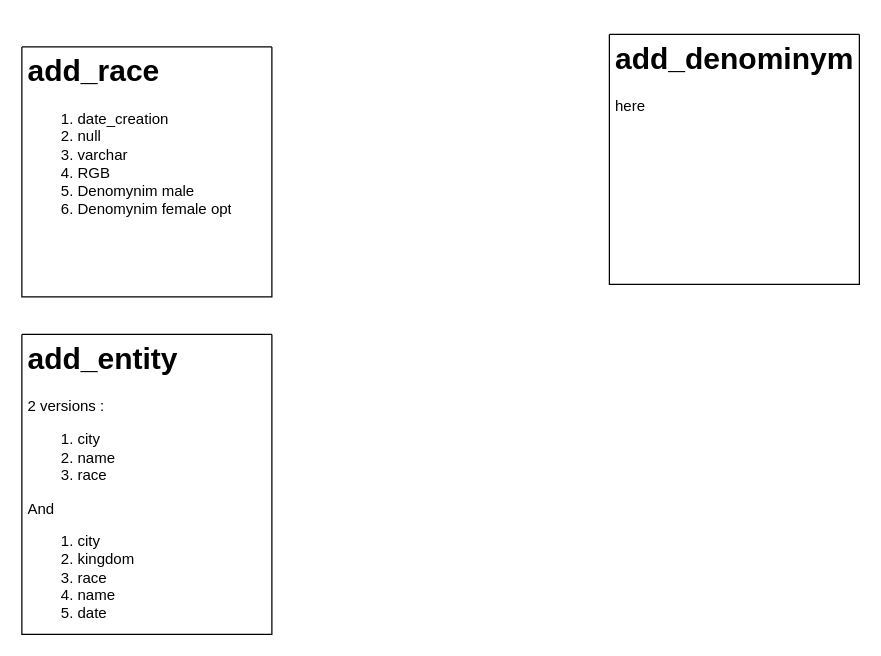
Before: page "Procedures" (3 of 3) of Conception/model_draft.drawio in WyllasSidjeno/SRPG-Database-Manager, a draw.io diagram. Source tidied: cells renumbered, new cells numbered last; positions are measured from the earlier drawing's top-left corner, leaving out a move shared by most shapes. Both pictures are drawn from the tidied source at 125%, with x=0, y=0 at pixel (21, 34).
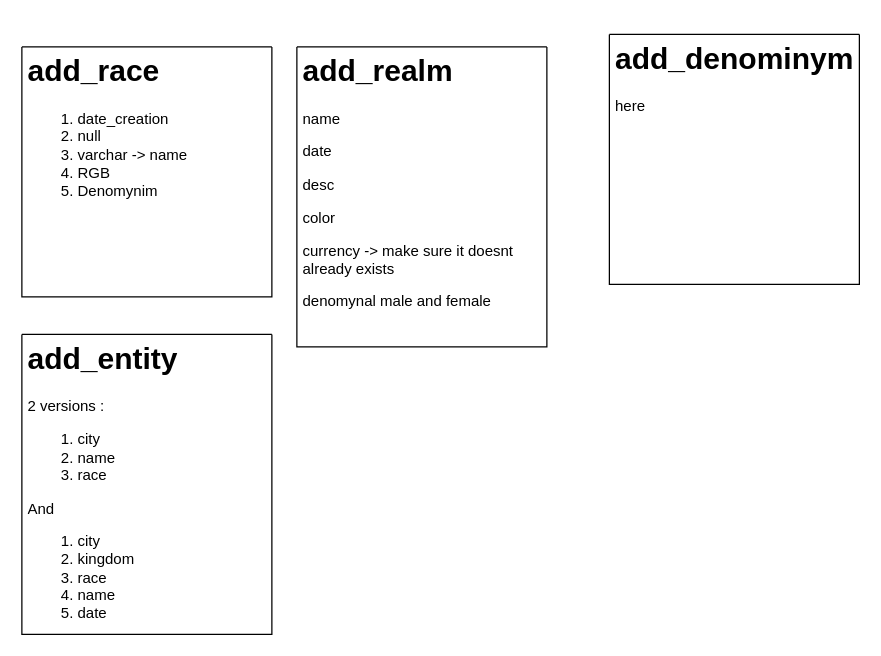
The same diagram, later.

Commit message (it also covers changes not shown here):
added new realm procedure

The edit, as a diff of the source:
```diff
@@
 <mxGraphModel>
   <root>
     <mxCell id="0" />
     <mxCell id="1" parent="0" />
     <mxCell id="2" style="swimlane;startSize=0;" parent="1" vertex="1">
       <mxGeometry y="10" width="200" height="200" as="geometry" />
     </mxCell>
-    <mxCell id="3" value="&lt;h1&gt;add_race&lt;/h1&gt;&lt;div&gt;&lt;ol&gt;&lt;li&gt;date_creation&lt;/li&gt;&lt;li&gt;null&lt;/li&gt;&lt;li&gt;varchar&lt;/li&gt;&lt;li&gt;RGB&lt;/li&gt;&lt;li&gt;Denomynim male&lt;/li&gt;&lt;li&gt;Denomynim female opt&lt;/li&gt;&lt;/ol&gt;&lt;/div&gt;&lt;p&gt;&lt;/p&gt;" style="text;html=1;strokeColor=none;fillColor=none;spacing=5;spacingTop=-20;whiteSpace=wrap;overflow=hidden;rounded=0;" parent="2" vertex="1">
+    <mxCell id="3" value="&lt;h1&gt;add_race&lt;/h1&gt;&lt;div&gt;&lt;ol&gt;&lt;li&gt;date_creation&lt;/li&gt;&lt;li&gt;null&lt;/li&gt;&lt;li&gt;varchar -&amp;gt; name&lt;/li&gt;&lt;li&gt;RGB&lt;/li&gt;&lt;li&gt;Denomynim&lt;/li&gt;&lt;/ol&gt;&lt;/div&gt;&lt;p&gt;&lt;/p&gt;" style="text;html=1;strokeColor=none;fillColor=none;spacing=5;spacingTop=-20;whiteSpace=wrap;overflow=hidden;rounded=0;" parent="2" vertex="1">
       <mxGeometry width="200" height="200" as="geometry" />
     </mxCell>
     <mxCell id="4" style="swimlane;startSize=0;" parent="1" vertex="1">
       <mxGeometry x="470" width="200" height="200" as="geometry" />
     </mxCell>
     <mxCell id="5" value="&lt;h1&gt;add_denominym&lt;/h1&gt;&lt;p&gt;here&lt;/p&gt;" style="text;html=1;strokeColor=none;fillColor=none;spacing=5;spacingTop=-20;whiteSpace=wrap;overflow=hidden;rounded=0;" parent="4" vertex="1">
       <mxGeometry width="200" height="200" as="geometry" />
     </mxCell>
     <mxCell id="6" style="swimlane;startSize=0;" parent="1" vertex="1">
       <mxGeometry y="240" width="200" height="240" as="geometry" />
     </mxCell>
     <mxCell id="7" value="&lt;h1&gt;add_entity&lt;/h1&gt;&lt;div&gt;2 versions :&lt;/div&gt;&lt;div&gt;&lt;ol&gt;&lt;li&gt;city&lt;/li&gt;&lt;li&gt;name&lt;/li&gt;&lt;li&gt;race&lt;/li&gt;&lt;/ol&gt;&lt;div&gt;And&lt;/div&gt;&lt;/div&gt;&lt;div&gt;&lt;ol&gt;&lt;li&gt;city&lt;/li&gt;&lt;li&gt;kingdom&lt;/li&gt;&lt;li&gt;race&lt;/li&gt;&lt;li&gt;name&lt;/li&gt;&lt;li&gt;date&lt;/li&gt;&lt;/ol&gt;&lt;/div&gt;" style="text;html=1;strokeColor=none;fillColor=none;spacing=5;spacingTop=-20;whiteSpace=wrap;overflow=hidden;rounded=0;" parent="6" vertex="1">
       <mxGeometry width="200" height="240" as="geometry" />
     </mxCell>
+    <mxCell id="8" style="swimlane;startSize=0;" parent="1" vertex="1">
+      <mxGeometry x="220" y="10" width="200" height="240" as="geometry" />
+    </mxCell>
+    <mxCell id="9" value="&lt;h1&gt;add_realm&lt;/h1&gt;&lt;p&gt;name&lt;/p&gt;&lt;p&gt;date&lt;/p&gt;&lt;p&gt;desc&lt;/p&gt;&lt;p&gt;color&lt;/p&gt;&lt;p&gt;currency -&amp;gt; make sure it doesnt already exists&lt;/p&gt;&lt;p&gt;denomynal male and female&lt;/p&gt;&lt;p&gt;&lt;br&gt;&lt;/p&gt;" style="text;html=1;strokeColor=none;fillColor=none;spacing=5;spacingTop=-20;whiteSpace=wrap;overflow=hidden;rounded=0;" parent="8" vertex="1">
+      <mxGeometry width="200" height="240" as="geometry" />
+    </mxCell>
   </root>
 </mxGraphModel>
```
